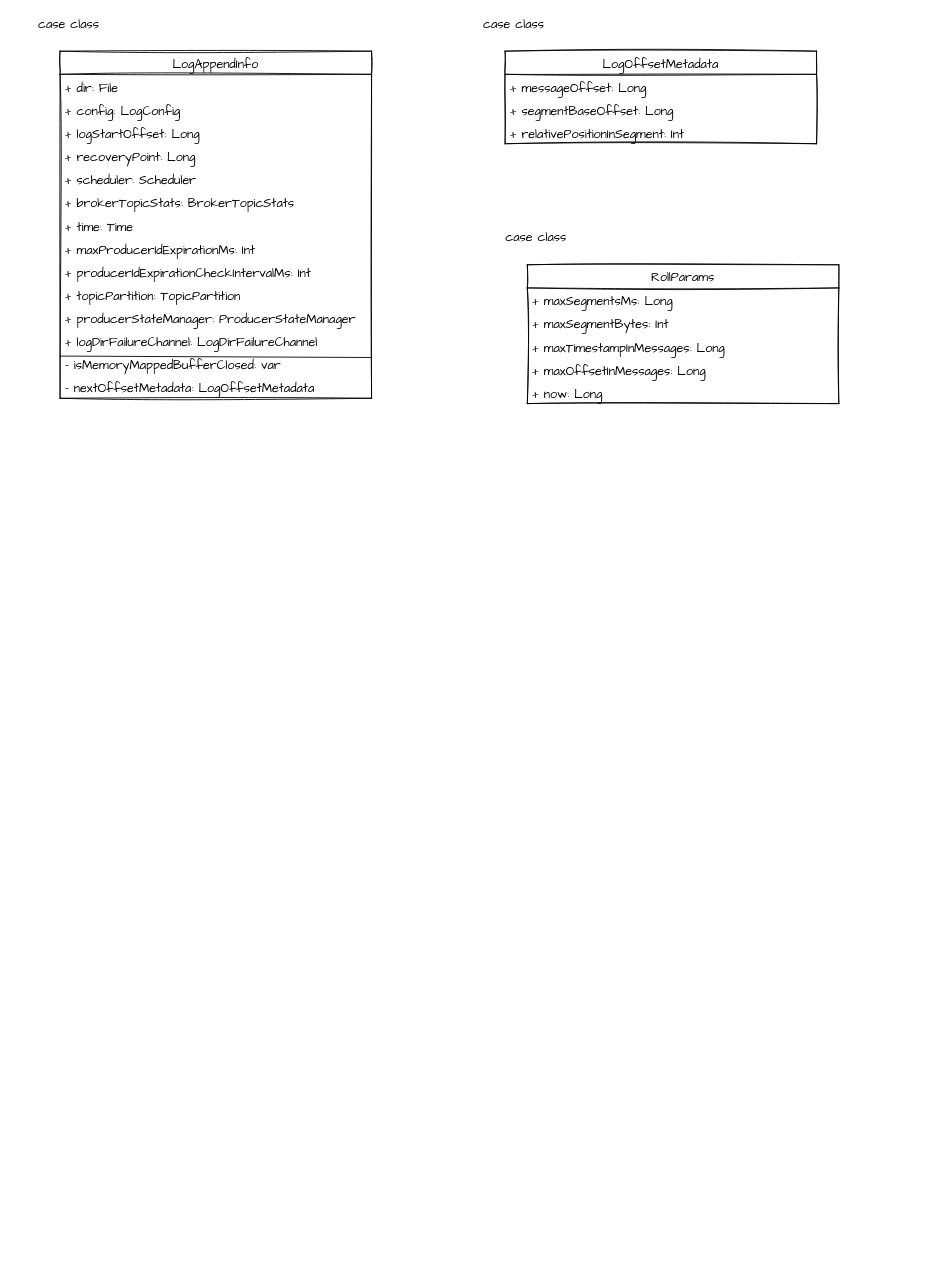
xinzhuxiansheng/blog-notes keeps this draw.io diagram as page "类图" (4 of 5) of Drawio/Kafka Broker.drawio. Above is the earlier version. Source tidied: cells renumbered, new cells numbered last; positions are measured from the earlier drawing's top-left corner, leaving out a move shared by most shapes. Both pictures are drawn from the tidied source at 89%, with x=0, y=0 at pixel (15, 15).
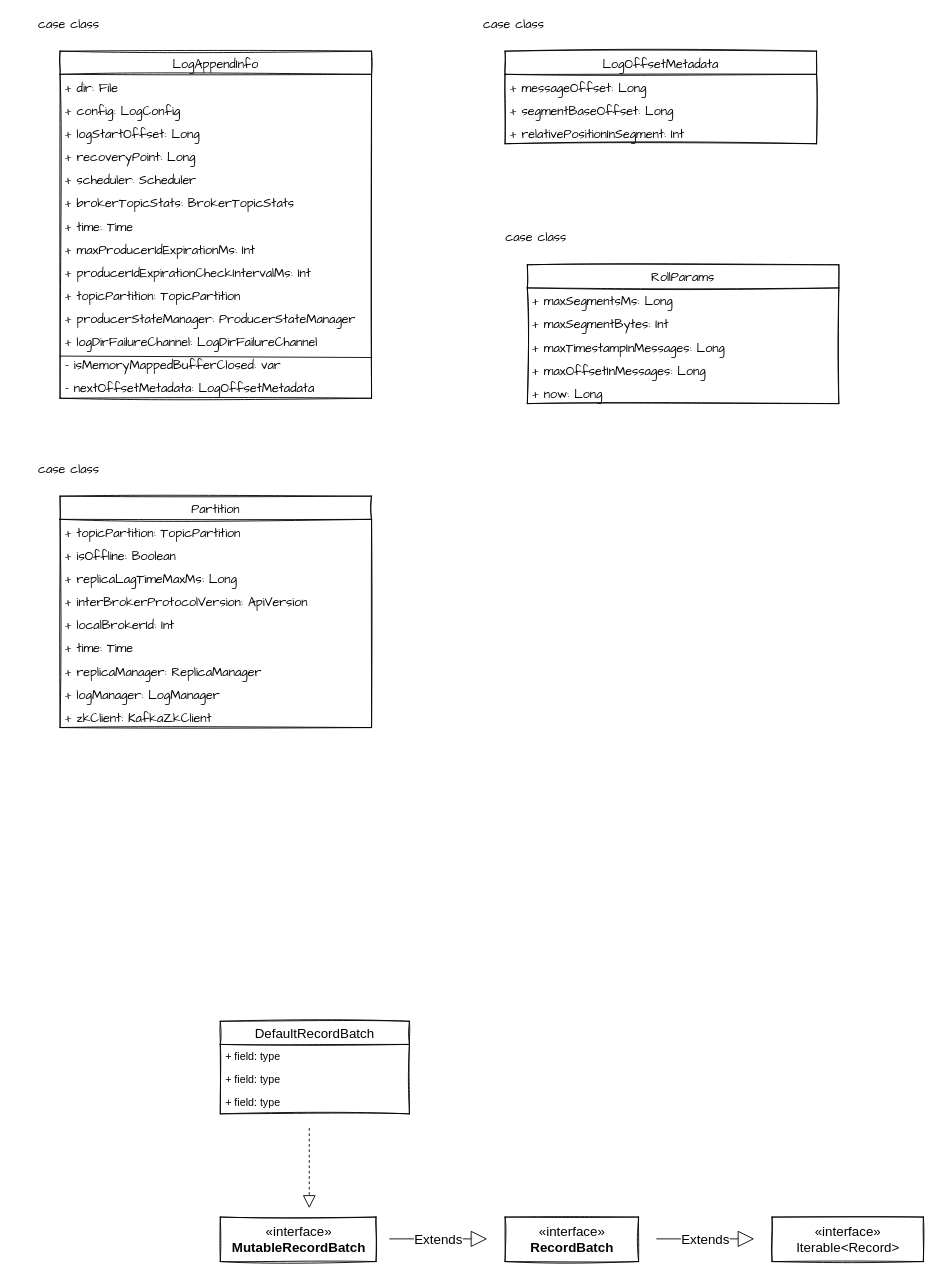
Above is the later version.

Change to the diagram source:
```diff
@@
+    <mxCell id="31" value="Partition" style="swimlane;fontStyle=0;horizontal=1;startSize=26;fillColor=none;sketch=1;fontSize=14;fontFamily=Comic Sans MS;" parent="1" vertex="1">
+      <mxGeometry x="50" y="540" width="350" height="260" as="geometry" />
+    </mxCell>
+    <mxCell id="32" value="+ topicPartition: TopicPartition" style="text;strokeColor=none;fillColor=none;align=left;verticalAlign=top;spacingLeft=4;spacingRight=4;overflow=hidden;sketch=1;fontSize=14;fontFamily=Comic Sans MS;" parent="31" vertex="1">
+      <mxGeometry y="26" width="350" height="26" as="geometry" />
+    </mxCell>
+    <mxCell id="33" value="+ isOffline: Boolean" style="text;strokeColor=none;fillColor=none;align=left;verticalAlign=top;spacingLeft=4;spacingRight=4;overflow=hidden;sketch=1;fontSize=14;fontFamily=Comic Sans MS;" parent="31" vertex="1">
+      <mxGeometry y="52" width="350" height="26" as="geometry" />
+    </mxCell>
+    <mxCell id="34" value="+ replicaLagTimeMaxMs: Long" style="text;strokeColor=none;fillColor=none;align=left;verticalAlign=top;spacingLeft=4;spacingRight=4;overflow=hidden;sketch=1;fontSize=14;fontFamily=Comic Sans MS;" parent="31" vertex="1">
+      <mxGeometry y="78" width="350" height="26" as="geometry" />
+    </mxCell>
+    <mxCell id="35" value="+ interBrokerProtocolVersion: ApiVersion" style="text;strokeColor=none;fillColor=none;align=left;verticalAlign=top;spacingLeft=4;spacingRight=4;overflow=hidden;sketch=1;fontSize=14;fontFamily=Comic Sans MS;" parent="31" vertex="1">
+      <mxGeometry y="104" width="350" height="26" as="geometry" />
+    </mxCell>
+    <mxCell id="36" value="+ localBrokerId: Int" style="text;strokeColor=none;fillColor=none;align=left;verticalAlign=top;spacingLeft=4;spacingRight=4;overflow=hidden;sketch=1;fontSize=14;fontFamily=Comic Sans MS;" parent="31" vertex="1">
+      <mxGeometry y="130" width="350" height="26" as="geometry" />
+    </mxCell>
+    <mxCell id="37" value="+ time: Time" style="text;strokeColor=none;fillColor=none;align=left;verticalAlign=top;spacingLeft=4;spacingRight=4;overflow=hidden;sketch=1;fontSize=14;fontFamily=Comic Sans MS;" parent="31" vertex="1">
+      <mxGeometry y="156" width="350" height="26" as="geometry" />
+    </mxCell>
+    <mxCell id="38" value="+ replicaManager: ReplicaManager" style="text;strokeColor=none;fillColor=none;align=left;verticalAlign=top;spacingLeft=4;spacingRight=4;overflow=hidden;sketch=1;fontSize=14;fontFamily=Comic Sans MS;" parent="31" vertex="1">
+      <mxGeometry y="182" width="350" height="26" as="geometry" />
+    </mxCell>
+    <mxCell id="39" value="+ logManager: LogManager" style="text;strokeColor=none;fillColor=none;align=left;verticalAlign=top;spacingLeft=4;spacingRight=4;overflow=hidden;sketch=1;fontSize=14;fontFamily=Comic Sans MS;" parent="31" vertex="1">
+      <mxGeometry y="208" width="350" height="26" as="geometry" />
+    </mxCell>
+    <mxCell id="40" value="+ zkClient: KafkaZkClient" style="text;strokeColor=none;fillColor=none;align=left;verticalAlign=top;spacingLeft=4;spacingRight=4;overflow=hidden;sketch=1;fontSize=14;fontFamily=Comic Sans MS;" parent="31" vertex="1">
+      <mxGeometry y="234" width="350" height="26" as="geometry" />
+    </mxCell>
+    <mxCell id="41" value="case class" style="text;html=1;strokeColor=none;fillColor=none;align=center;verticalAlign=middle;whiteSpace=wrap;rounded=0;sketch=1;fontSize=14;fontFamily=Comic Sans MS;" parent="1" vertex="1">
+      <mxGeometry y="500" width="120" height="20" as="geometry" />
+    </mxCell>
+    <mxCell id="42" value="DefaultRecordBatch" style="swimlane;fontStyle=0;horizontal=1;startSize=26;fillColor=none;sketch=1;fontSize=15;" parent="1" vertex="1">
+      <mxGeometry x="230" y="1130" width="212.5" height="104" as="geometry" />
+    </mxCell>
+    <mxCell id="43" value="+ field: type" style="text;strokeColor=none;fillColor=none;align=left;verticalAlign=top;spacingLeft=4;spacingRight=4;overflow=hidden;" parent="42" vertex="1">
+      <mxGeometry y="26" width="212.5" height="26" as="geometry" />
+    </mxCell>
+    <mxCell id="44" value="+ field: type" style="text;strokeColor=none;fillColor=none;align=left;verticalAlign=top;spacingLeft=4;spacingRight=4;overflow=hidden;" parent="42" vertex="1">
+      <mxGeometry y="52" width="212.5" height="26" as="geometry" />
+    </mxCell>
+    <mxCell id="45" value="+ field: type" style="text;strokeColor=none;fillColor=none;align=left;verticalAlign=top;spacingLeft=4;spacingRight=4;overflow=hidden;" parent="42" vertex="1">
+      <mxGeometry y="78" width="212.5" height="26" as="geometry" />
+    </mxCell>
+    <mxCell id="46" value="«interface»&lt;br&gt;&lt;b&gt;RecordBatch&lt;/b&gt;" style="html=1;sketch=1;fillColor=none;fontSize=15;" parent="1" vertex="1">
+      <mxGeometry x="550" y="1350" width="150" height="50" as="geometry" />
+    </mxCell>
+    <mxCell id="47" value="«interface»&lt;br&gt;Iterable&amp;lt;Record&amp;gt;" style="html=1;sketch=1;fillColor=none;fontSize=15;" parent="1" vertex="1">
+      <mxGeometry x="850" y="1350" width="170" height="50" as="geometry" />
+    </mxCell>
+    <mxCell id="48" value="Extends" style="endArrow=block;endSize=16;endFill=0;html=1;fontSize=15;" parent="1" edge="1">
+      <mxGeometry relative="1" as="geometry">
+        <mxPoint x="720" y="1374.5" as="sourcePoint" />
+        <mxPoint x="830" y="1374.5" as="targetPoint" />
+      </mxGeometry>
+    </mxCell>
+    <mxCell id="49" value="«interface»&lt;br&gt;&lt;b&gt;MutableRecordBatch&lt;/b&gt;" style="html=1;sketch=1;fillColor=none;fontSize=15;" parent="1" vertex="1">
+      <mxGeometry x="230" y="1350" width="175" height="50" as="geometry" />
+    </mxCell>
+    <mxCell id="50" value="Extends" style="endArrow=block;endSize=16;endFill=0;html=1;fontSize=15;" parent="1" edge="1">
+      <mxGeometry relative="1" as="geometry">
+        <mxPoint x="420" y="1374.5" as="sourcePoint" />
+        <mxPoint x="530" y="1374.5" as="targetPoint" />
+      </mxGeometry>
+    </mxCell>
+    <mxCell id="51" style="endArrow=block;dashed=1;endFill=0;endSize=12;html=1;fontSize=15;" parent="1" edge="1">
+      <mxGeometry relative="1" as="geometry">
+        <mxPoint x="330" y="1250" as="sourcePoint" />
+        <mxPoint x="330" y="1340" as="targetPoint" />
+      </mxGeometry>
+    </mxCell>
```
